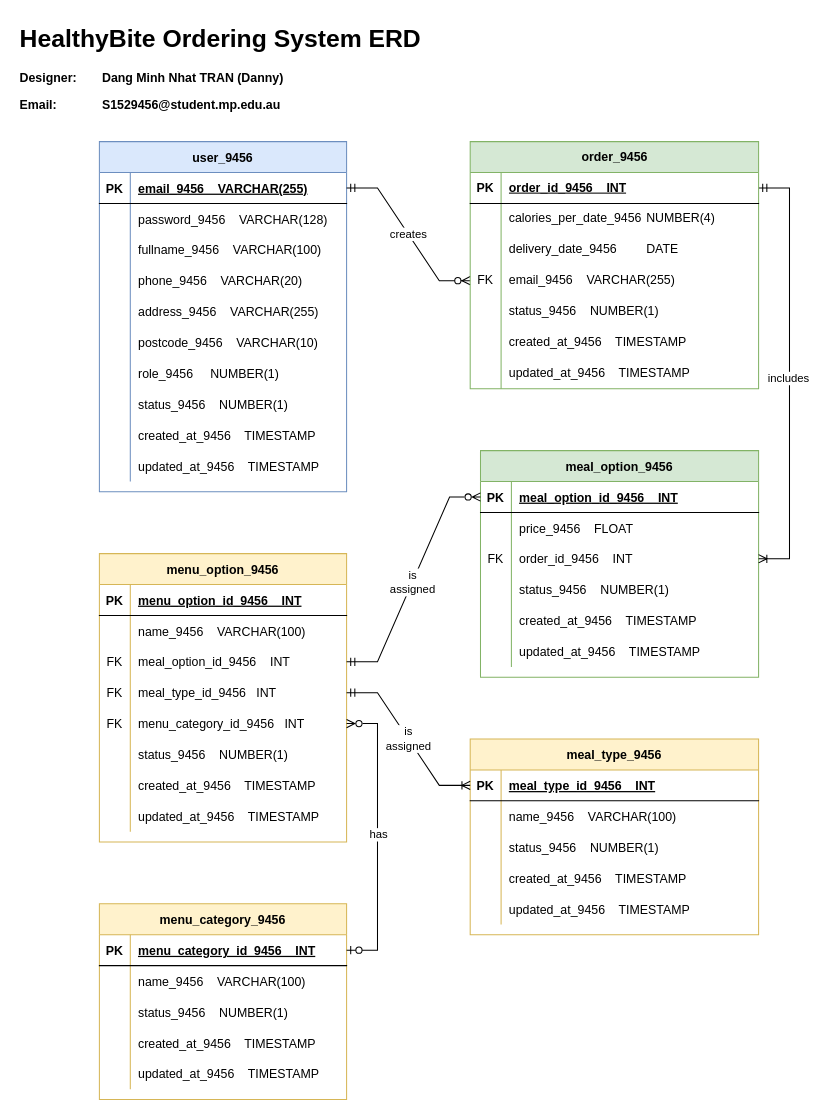
Above: Untitled Diagram.drawio in DannyTran3000/er_diagram (draw.io), before the change. Source tidied: cells renumbered, new cells numbered last; positions are measured from the earlier drawing's top-left corner, leaving out a move shared by most shapes. Both pictures are drawn from the tidied source at 103%, with x=0, y=0 at pixel (18, 18).
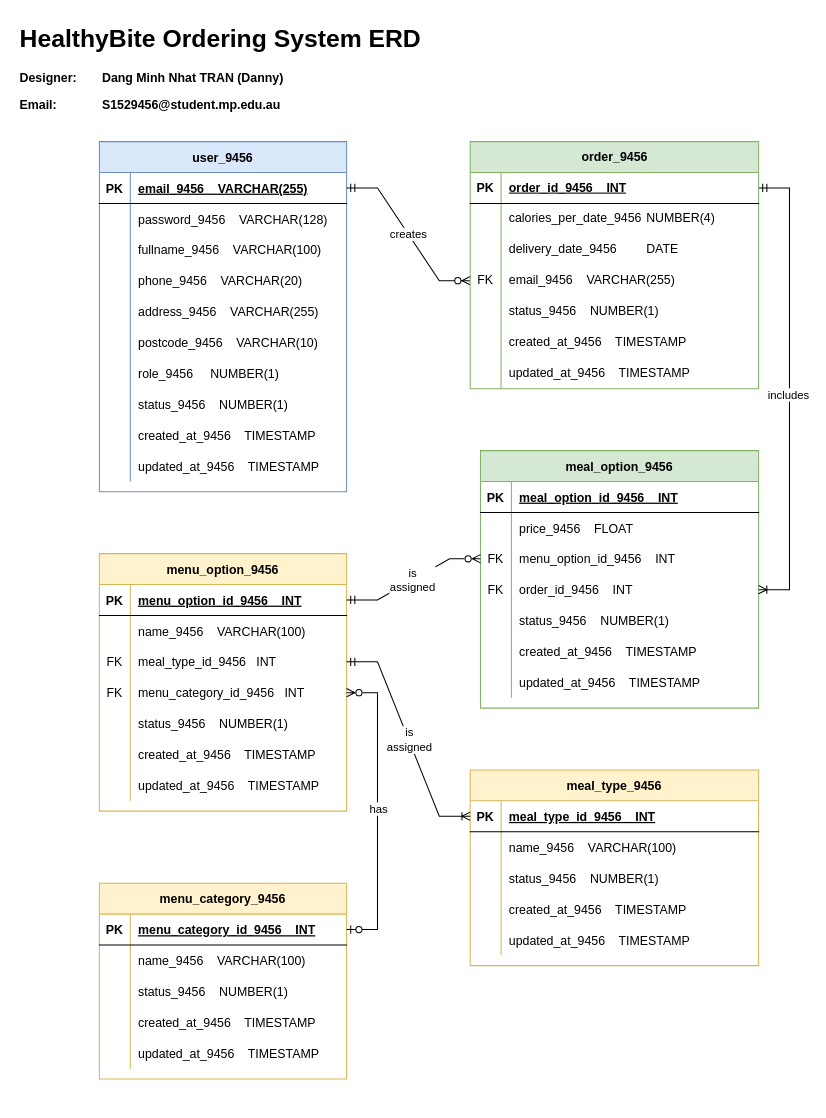
The same diagram, later.

Unchanged cells that the change refers to:
```xml
<mxCell id="3" style="shape=partialRectangle;fillColor=none;points=[[0,0.5],[1,0.5]];portConstraint=eastwest;top=0;left=0;right=0;bottom=1;" parent="2" vertex="1">
  <mxGeometry y="30" width="270" height="30" as="geometry" />
</mxCell>
<mxCell id="9" style="shape=partialRectangle;fillColor=none;points=[[0,0.5],[1,0.5]];portConstraint=eastwest;top=0;left=0;right=0;bottom=0;" parent="2" vertex="1">
  <mxGeometry y="90" width="270" height="30" as="geometry" />
</mxCell>
<mxCell id="12" style="shape=partialRectangle;fillColor=none;points=[[0,0.5],[1,0.5]];portConstraint=eastwest;top=0;left=0;right=0;bottom=0;" parent="2" vertex="1">
  <mxGeometry y="120" width="270" height="30" as="geometry" />
</mxCell>
<mxCell id="15" style="shape=partialRectangle;fillColor=none;top=0;left=0;right=0;bottom=0;" parent="2" vertex="1">
  <mxGeometry y="150" width="270" height="30" as="geometry" />
</mxCell>
<mxCell id="18" style="shape=partialRectangle;fillColor=none;top=0;left=0;right=0;bottom=0;" parent="2" vertex="1">
  <mxGeometry y="180" width="270" height="30" as="geometry" />
</mxCell>
<mxCell id="55" style="shape=partialRectangle;fillColor=none;points=[[0,0.5],[1,0.5]];portConstraint=eastwest;top=0;left=0;right=0;bottom=1;" parent="54" vertex="1">
  <mxGeometry y="30" width="240" height="30" as="geometry" />
</mxCell>
<mxCell id="121" style="shape=tableRow;horizontal=0;startSize=0;swimlaneHead=0;swimlaneBody=0;fillColor=none;points=[[0,0.5],[1,0.5]];portConstraint=eastwest;top=0;left=0;right=0;bottom=1;" parent="120" vertex="1">
  <mxGeometry y="30" width="280" height="30" as="geometry" />
</mxCell>
```

What changed in the source:
```diff
@@
     <mxCell id="2" value="meal_option_9456" style="shape=table;startSize=30;childLayout=tableLayout;rowLines=0;fontStyle=1;align=center;fillColor=#d5e8d4;strokeColor=#82b366;" parent="1" vertex="1">
-      <mxGeometry x="449" y="420" width="270" height="220" as="geometry" />
+      <mxGeometry x="449" y="420" width="270" height="250" as="geometry" />
     </mxCell>
@@
-    <mxCell id="11" value="order_id_9456    INT" style="shape=partialRectangle;overflow=hidden;fillColor=none;top=0;left=0;bottom=0;right=0;align=left;spacingLeft=6;" parent="9" vertex="1">
+    <mxCell id="11" value="menu_option_id_9456    INT" style="shape=partialRectangle;overflow=hidden;fillColor=none;top=0;left=0;bottom=0;right=0;align=left;spacingLeft=6;" parent="9" vertex="1">
       <mxGeometry x="30" width="240" height="30" as="geometry" />
     </mxCell>
@@
-    <mxCell id="13" style="shape=partialRectangle;overflow=hidden;fillColor=none;top=0;left=0;bottom=0;right=0;" parent="12" vertex="1">
+    <mxCell id="13" value="FK" style="shape=partialRectangle;overflow=hidden;fillColor=none;top=0;left=0;bottom=0;right=0;" parent="12" vertex="1">
       <mxGeometry width="30" height="30" as="geometry" />
     </mxCell>
-    <mxCell id="14" value="status_9456    NUMBER(1)" style="shape=partialRectangle;overflow=hidden;fillColor=none;top=0;left=0;bottom=0;right=0;align=left;spacingLeft=6;" parent="12" vertex="1">
+    <mxCell id="14" value="order_id_9456    INT" style="shape=partialRectangle;overflow=hidden;fillColor=none;top=0;left=0;bottom=0;right=0;align=left;spacingLeft=6;" parent="12" vertex="1">
       <mxGeometry x="30" width="240" height="30" as="geometry" />
     </mxCell>
@@
-    <mxCell id="17" value="created_at_9456    TIMESTAMP" style="shape=partialRectangle;overflow=hidden;fillColor=none;top=0;left=0;bottom=0;right=0;align=left;spacingLeft=6;" parent="15" vertex="1">
+    <mxCell id="17" value="status_9456    NUMBER(1)" style="shape=partialRectangle;overflow=hidden;fillColor=none;top=0;left=0;bottom=0;right=0;align=left;spacingLeft=6;" parent="15" vertex="1">
       <mxGeometry x="30" width="240" height="30" as="geometry" />
     </mxCell>
@@
-    <mxCell id="20" value="updated_at_9456    TIMESTAMP" style="shape=partialRectangle;overflow=hidden;fillColor=none;top=0;left=0;bottom=0;right=0;align=left;spacingLeft=6;" parent="18" vertex="1">
+    <mxCell id="20" value="created_at_9456    TIMESTAMP" style="shape=partialRectangle;overflow=hidden;fillColor=none;top=0;left=0;bottom=0;right=0;align=left;spacingLeft=6;" parent="18" vertex="1">
       <mxGeometry x="30" width="240" height="30" as="geometry" />
     </mxCell>
+    <mxCell id="142" style="shape=partialRectangle;fillColor=none;top=0;left=0;right=0;bottom=0;" parent="2" vertex="1">
+      <mxGeometry y="210" width="270" height="30" as="geometry" />
+    </mxCell>
+    <mxCell id="143" style="shape=partialRectangle;overflow=hidden;fillColor=none;top=0;left=0;bottom=0;right=0;" parent="142" vertex="1">
+      <mxGeometry width="30" height="30" as="geometry" />
+    </mxCell>
+    <mxCell id="144" value="updated_at_9456    TIMESTAMP" style="shape=partialRectangle;overflow=hidden;fillColor=none;top=0;left=0;bottom=0;right=0;align=left;spacingLeft=6;" parent="142" vertex="1">
+      <mxGeometry x="30" width="240" height="30" as="geometry" />
+    </mxCell>
@@
-    <mxCell id="52" style="edgeStyle=entityRelationEdgeStyle;fontSize=12;html=1;endArrow=ERoneToMany;startArrow=ERmandOne;rounded=0;exitX=1;exitY=0.5;exitDx=0;exitDy=0;entryX=1;entryY=0.5;entryDx=0;entryDy=0;startFill=0;endFill=0;" parent="1" edge="1" source="121" target="9">
+    <mxCell id="52" style="edgeStyle=entityRelationEdgeStyle;fontSize=12;html=1;endArrow=ERoneToMany;startArrow=ERmandOne;rounded=0;exitX=1;exitY=0.5;exitDx=0;exitDy=0;entryX=1;entryY=0.5;entryDx=0;entryDy=0;startFill=0;endFill=0;" parent="1" edge="1" source="121" target="12">
       <mxGeometry relative="1" as="geometry" />
     </mxCell>
@@
     <mxCell id="54" value="menu_option_9456" style="shape=table;startSize=30;childLayout=tableLayout;rowLines=0;fontStyle=1;align=center;fillColor=#fff2cc;strokeColor=#d6b656;" parent="1" vertex="1">
-      <mxGeometry x="79" y="520" width="240" height="280" as="geometry" />
+      <mxGeometry x="79" y="520" width="240" height="250" as="geometry" />
     </mxCell>
@@
-    <mxCell id="61" style="shape=partialRectangle;fillColor=none;points=[[0,0.5],[1,0.5]];portConstraint=eastwest;top=0;left=0;right=0;bottom=0;" parent="54" vertex="1">
-      <mxGeometry y="90" width="240" height="30" as="geometry" />
-    </mxCell>
-    <mxCell id="62" value="FK" style="shape=partialRectangle;overflow=hidden;fillColor=none;top=0;left=0;bottom=0;right=0;" parent="61" vertex="1">
-      <mxGeometry width="30" height="30" as="geometry" />
-    </mxCell>
-    <mxCell id="63" value="meal_option_id_9456    INT" style="shape=partialRectangle;overflow=hidden;fillColor=none;top=0;left=0;bottom=0;right=0;align=left;spacingLeft=6;" parent="61" vertex="1">
-      <mxGeometry x="30" width="210" height="30" as="geometry" />
-    </mxCell>
     <mxCell id="64" style="shape=partialRectangle;fillColor=none;points=[[0,0.5],[1,0.5]];portConstraint=eastwest;top=0;left=0;right=0;bottom=0;" parent="54" vertex="1">
-      <mxGeometry y="120" width="240" height="30" as="geometry" />
+      <mxGeometry y="90" width="240" height="30" as="geometry" />
     </mxCell>
@@
     <mxCell id="67" style="shape=partialRectangle;fillColor=none;points=[[0,0.5],[1,0.5]];portConstraint=eastwest;top=0;left=0;right=0;bottom=0;" parent="54" vertex="1">
-      <mxGeometry y="150" width="240" height="30" as="geometry" />
+      <mxGeometry y="120" width="240" height="30" as="geometry" />
     </mxCell>
@@
     <mxCell id="70" style="shape=partialRectangle;fillColor=none;top=0;left=0;right=0;bottom=0;" parent="54" vertex="1">
-      <mxGeometry y="180" width="240" height="30" as="geometry" />
+      <mxGeometry y="150" width="240" height="30" as="geometry" />
     </mxCell>
@@
     <mxCell id="73" style="shape=partialRectangle;fillColor=none;top=0;left=0;right=0;bottom=0;" parent="54" vertex="1">
-      <mxGeometry y="210" width="240" height="30" as="geometry" />
+      <mxGeometry y="180" width="240" height="30" as="geometry" />
     </mxCell>
@@
     <mxCell id="76" style="shape=partialRectangle;fillColor=none;top=0;left=0;right=0;bottom=0;" parent="54" vertex="1">
-      <mxGeometry y="240" width="240" height="30" as="geometry" />
+      <mxGeometry y="210" width="240" height="30" as="geometry" />
     </mxCell>
@@
     <mxCell id="79" value="menu_category_9456" style="shape=table;startSize=30;childLayout=tableLayout;rowLines=0;fontStyle=1;align=center;fillColor=#fff2cc;strokeColor=#d6b656;" parent="1" vertex="1">
-      <mxGeometry x="79" y="860" width="240" height="190" as="geometry" />
+      <mxGeometry x="79" y="840" width="240" height="190" as="geometry" />
     </mxCell>
@@
     <mxCell id="95" value="meal_type_9456" style="shape=table;startSize=30;childLayout=tableLayout;rowLines=0;fontStyle=1;align=center;fillColor=#fff2cc;strokeColor=#d6b656;" parent="1" vertex="1">
-      <mxGeometry x="439" y="700" width="280" height="190" as="geometry" />
+      <mxGeometry x="439" y="730" width="280" height="190" as="geometry" />
     </mxCell>
@@
-    <mxCell id="115" style="edgeStyle=entityRelationEdgeStyle;fontSize=12;html=1;endArrow=ERmandOne;endFill=0;startArrow=ERzeroToMany;rounded=0;entryX=1;entryY=0.5;entryDx=0;entryDy=0;exitX=0;exitY=0.5;exitDx=0;exitDy=0;startFill=0;" parent="1" edge="1" source="3" target="61">
+    <mxCell id="115" style="edgeStyle=entityRelationEdgeStyle;fontSize=12;html=1;endArrow=ERmandOne;endFill=0;startArrow=ERzeroToMany;rounded=0;entryX=1;entryY=0.5;entryDx=0;entryDy=0;exitX=0;exitY=0.5;exitDx=0;exitDy=0;startFill=0;" parent="1" edge="1" source="9" target="55">
       <mxGeometry relative="1" as="geometry">
         <Array as="points">
           <mxPoint x="2054" y="790" />
         </Array>
       </mxGeometry>
     </mxCell>
```
